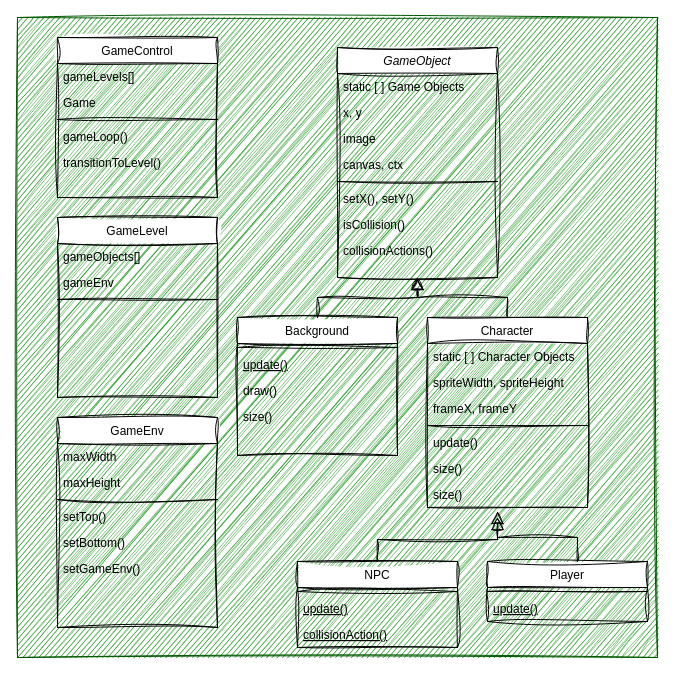
The draw.io diagram design/alienWorld/gameDiagram.drawio in xinjiav3/NileBrownGame, before the edit. Source tidied: cells renumbered, new cells numbered last; positions are measured from the earlier drawing's top-left corner, leaving out a move shared by most shapes. Both pictures are drawn from the tidied source at 100%, with x=0, y=0 at pixel (17, 17).
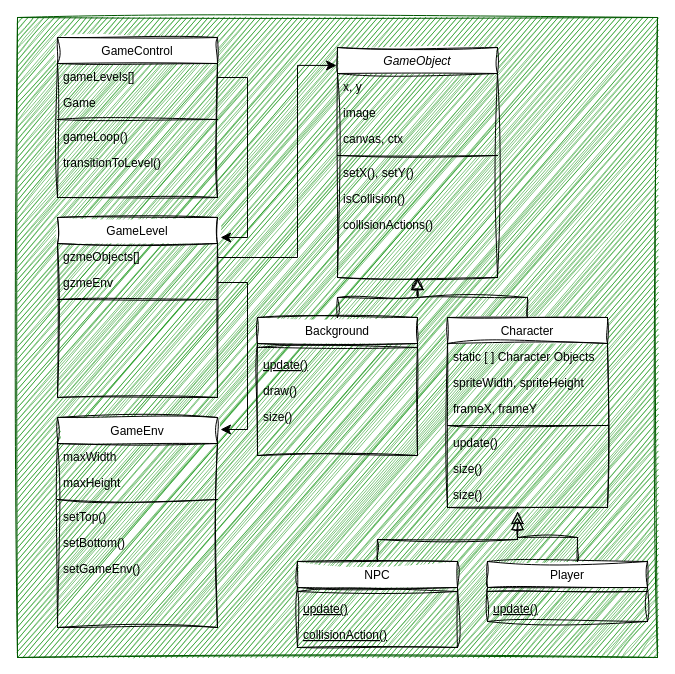
Above is the later version.

The change refers to these unchanged cells:
```xml
<mxCell id="3" value="GameObject" style="swimlane;fontStyle=2;align=center;verticalAlign=top;horizontal=1;startSize=26;rounded=0;shadow=0;strokeWidth=1;sketch=1;curveFitting=1;jiggle=2;" parent="1" vertex="1">
  <mxGeometry x="320" y="30" width="160" height="230" as="geometry" />
</mxCell>
<mxCell id="27" value="GameControl" style="swimlane;fontStyle=0;align=center;verticalAlign=top;horizontal=1;startSize=26;rounded=0;shadow=0;strokeWidth=1;sketch=1;curveFitting=1;jiggle=2;" parent="1" vertex="1">
  <mxGeometry x="40" y="20" width="160" height="160" as="geometry" />
</mxCell>
<mxCell id="33" value="NPC" style="swimlane;fontStyle=0;align=center;verticalAlign=top;horizontal=1;startSize=26;rounded=0;shadow=0;strokeWidth=1;sketch=1;curveFitting=1;jiggle=2;" parent="1" vertex="1">
  <mxGeometry x="280" y="544" width="160" height="86" as="geometry" />
</mxCell>
<mxCell id="49" value="GameLevel" style="swimlane;fontStyle=0;align=center;verticalAlign=top;horizontal=1;startSize=26;rounded=0;shadow=0;strokeWidth=1;sketch=1;curveFitting=1;jiggle=2;" parent="1" vertex="1">
  <mxGeometry x="40" y="200" width="160" height="180" as="geometry" />
</mxCell>
```

The edit, as a diff of the source:
```diff
@@
-    <mxCell id="4" value="static [ ] Game Objects" style="text;align=left;verticalAlign=top;spacingLeft=4;spacingRight=4;overflow=hidden;sketch=1;curveFitting=1;jiggle=2;rounded=0;" parent="3" vertex="1">
-      <mxGeometry y="26" width="160" height="26" as="geometry" />
-    </mxCell>
     <mxCell id="5" value="x, y" style="text;align=left;verticalAlign=top;spacingLeft=4;spacingRight=4;overflow=hidden;sketch=1;curveFitting=1;jiggle=2;rounded=0;" parent="3" vertex="1">
-      <mxGeometry y="52" width="160" height="26" as="geometry" />
+      <mxGeometry y="26" width="160" height="26" as="geometry" />
     </mxCell>
     <mxCell id="6" value="image" style="text;align=left;verticalAlign=top;spacingLeft=4;spacingRight=4;overflow=hidden;rounded=0;shadow=0;html=0;sketch=1;curveFitting=1;jiggle=2;" parent="3" vertex="1">
-      <mxGeometry y="78" width="160" height="26" as="geometry" />
+      <mxGeometry y="52" width="160" height="26" as="geometry" />
     </mxCell>
     <mxCell id="7" value="canvas, ctx" style="text;align=left;verticalAlign=top;spacingLeft=4;spacingRight=4;overflow=hidden;rounded=0;shadow=0;html=0;sketch=1;curveFitting=1;jiggle=2;" parent="3" vertex="1">
-      <mxGeometry y="104" width="160" height="26" as="geometry" />
+      <mxGeometry y="78" width="160" height="26" as="geometry" />
     </mxCell>
     <mxCell id="8" style="line;html=1;strokeWidth=1;align=left;verticalAlign=middle;spacingTop=-1;spacingLeft=3;spacingRight=3;labelPosition=right;sketch=1;curveFitting=1;jiggle=2;rounded=0;" parent="3" vertex="1">
-      <mxGeometry y="130" width="160" height="8" as="geometry" />
+      <mxGeometry y="104" width="160" height="8" as="geometry" />
     </mxCell>
     <mxCell id="9" value="setX(), setY()&#10;" style="text;align=left;verticalAlign=top;spacingLeft=4;spacingRight=4;overflow=hidden;sketch=1;curveFitting=1;jiggle=2;rounded=0;" parent="3" vertex="1">
-      <mxGeometry y="138" width="160" height="26" as="geometry" />
+      <mxGeometry y="112" width="160" height="26" as="geometry" />
     </mxCell>
     <mxCell id="10" value="isCollision()" style="text;align=left;verticalAlign=top;spacingLeft=4;spacingRight=4;overflow=hidden;sketch=1;curveFitting=1;jiggle=2;rounded=0;" parent="3" vertex="1">
-      <mxGeometry y="164" width="160" height="26" as="geometry" />
+      <mxGeometry y="138" width="160" height="26" as="geometry" />
     </mxCell>
     <mxCell id="11" value="collisionActions()" style="text;align=left;verticalAlign=top;spacingLeft=4;spacingRight=4;overflow=hidden;sketch=1;curveFitting=1;jiggle=2;rounded=0;" parent="3" vertex="1">
-      <mxGeometry y="190" width="160" height="26" as="geometry" />
+      <mxGeometry y="164" width="160" height="26" as="geometry" />
     </mxCell>
     <mxCell id="12" value="Background" style="swimlane;fontStyle=0;align=center;verticalAlign=top;horizontal=1;startSize=26;rounded=0;shadow=0;strokeWidth=1;sketch=1;curveFitting=1;jiggle=2;" parent="1" vertex="1">
-      <mxGeometry x="220" y="300" width="160" height="138" as="geometry" />
+      <mxGeometry x="240" y="300" width="160" height="138" as="geometry" />
     </mxCell>
@@
     <mxCell id="18" value="Character" style="swimlane;fontStyle=0;align=center;verticalAlign=top;horizontal=1;startSize=26;rounded=0;shadow=0;strokeWidth=1;sketch=1;curveFitting=1;jiggle=2;" parent="1" vertex="1">
-      <mxGeometry x="410" y="300" width="160" height="190" as="geometry" />
+      <mxGeometry x="430" y="300" width="160" height="190" as="geometry" />
     </mxCell>
@@
     <mxCell id="40" style="endArrow=block;endSize=10;endFill=0;shadow=0;strokeWidth=1;rounded=0;edgeStyle=elbowEdgeStyle;elbow=vertical;sketch=1;curveFitting=1;jiggle=2;exitX=0.5;exitY=0;exitDx=0;exitDy=0;" parent="1" edge="1" source="33">
       <mxGeometry relative="1" as="geometry">
-        <mxPoint x="480" y="500" as="targetPoint" />
+        <mxPoint x="500" y="500" as="targetPoint" />
       </mxGeometry>
     </mxCell>
@@
-    <mxCell id="50" value="gameObjects[]" style="text;align=left;verticalAlign=top;spacingLeft=4;spacingRight=4;overflow=hidden;points=[[0,0.5],[1,0.5]];portConstraint=eastwest;sketch=1;curveFitting=1;jiggle=2;rounded=0;" parent="49" vertex="1">
+    <mxCell id="50" value="gzmeObjects[]" style="text;align=left;verticalAlign=top;spacingLeft=4;spacingRight=4;overflow=hidden;points=[[0,0.5],[1,0.5]];portConstraint=eastwest;sketch=1;curveFitting=1;jiggle=2;rounded=0;" parent="49" vertex="1">
       <mxGeometry y="26" width="160" height="26" as="geometry" />
     </mxCell>
-    <mxCell id="51" value="gameEnv" style="text;align=left;verticalAlign=top;spacingLeft=4;spacingRight=4;overflow=hidden;points=[[0,0.5],[1,0.5]];portConstraint=eastwest;sketch=1;curveFitting=1;jiggle=2;rounded=0;" parent="49" vertex="1">
+    <mxCell id="51" value="gzmeEnv" style="text;align=left;verticalAlign=top;spacingLeft=4;spacingRight=4;overflow=hidden;points=[[0,0.5],[1,0.5]];portConstraint=eastwest;sketch=1;curveFitting=1;jiggle=2;rounded=0;" parent="49" vertex="1">
       <mxGeometry y="52" width="160" height="26" as="geometry" />
     </mxCell>
@@
+    <mxCell id="53" style="edgeStyle=segmentEdgeStyle;endArrow=classic;html=1;curved=0;rounded=0;endSize=8;startSize=8;entryX=1.019;entryY=0.111;entryDx=0;entryDy=0;entryPerimeter=0;" parent="1" edge="1" source="27" target="49">
+      <mxGeometry relative="1" as="geometry">
+        <Array as="points">
+          <mxPoint x="230" y="60" />
+          <mxPoint x="230" y="220" />
+        </Array>
+      </mxGeometry>
+    </mxCell>
+    <mxCell id="54" style="edgeStyle=segmentEdgeStyle;endArrow=classic;html=1;curved=0;rounded=0;endSize=8;startSize=8;exitX=1;exitY=0.5;exitDx=0;exitDy=0;entryX=-0.006;entryY=0.078;entryDx=0;entryDy=0;entryPerimeter=0;" parent="1" edge="1" source="50" target="3">
+      <mxGeometry relative="1" as="geometry">
+        <Array as="points">
+          <mxPoint x="200" y="240" />
+          <mxPoint x="280" y="240" />
+          <mxPoint x="280" y="48" />
+        </Array>
+      </mxGeometry>
+    </mxCell>
+    <mxCell id="55" style="edgeStyle=segmentEdgeStyle;endArrow=classic;html=1;curved=0;rounded=0;endSize=8;startSize=8;entryX=1.019;entryY=0.111;entryDx=0;entryDy=0;entryPerimeter=0;exitX=1;exitY=0.5;exitDx=0;exitDy=0;" parent="1" edge="1" source="51">
+      <mxGeometry relative="1" as="geometry">
+        <mxPoint x="203" y="412" as="targetPoint" />
+        <Array as="points">
+          <mxPoint x="230" y="265" />
+          <mxPoint x="230" y="412" />
+        </Array>
+      </mxGeometry>
+    </mxCell>
```
